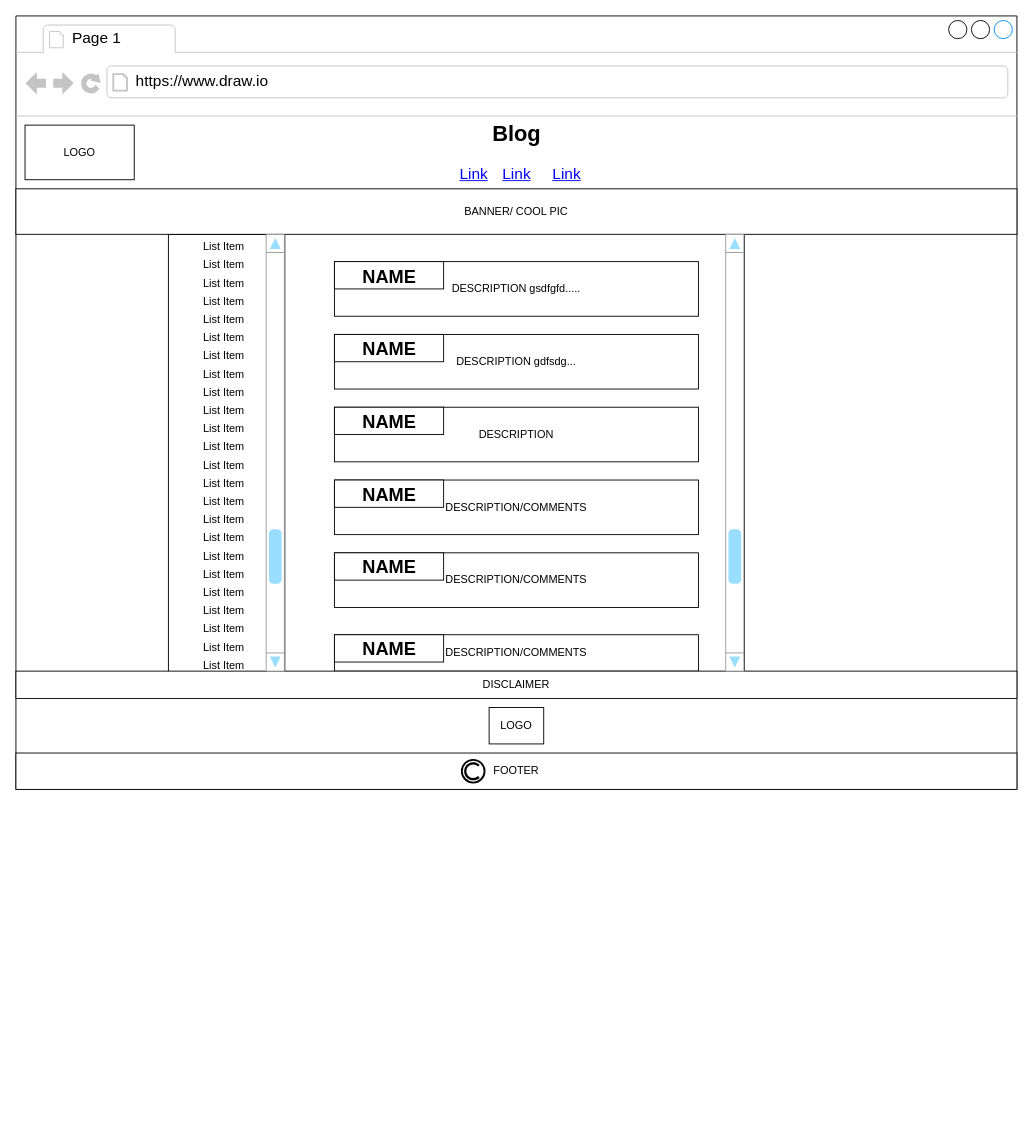
Four-guys-1-app/jecs keeps this draw.io diagram as src/main/resources/assets/JECS Events.drawio. Above is the earlier version. Source tidied: cells renumbered, new cells numbered last; positions are measured from the earlier drawing's top-left corner, leaving out a move shared by most shapes. Both pictures are drawn from the tidied source at 91%, with x=0, y=0 at pixel (6, 15).
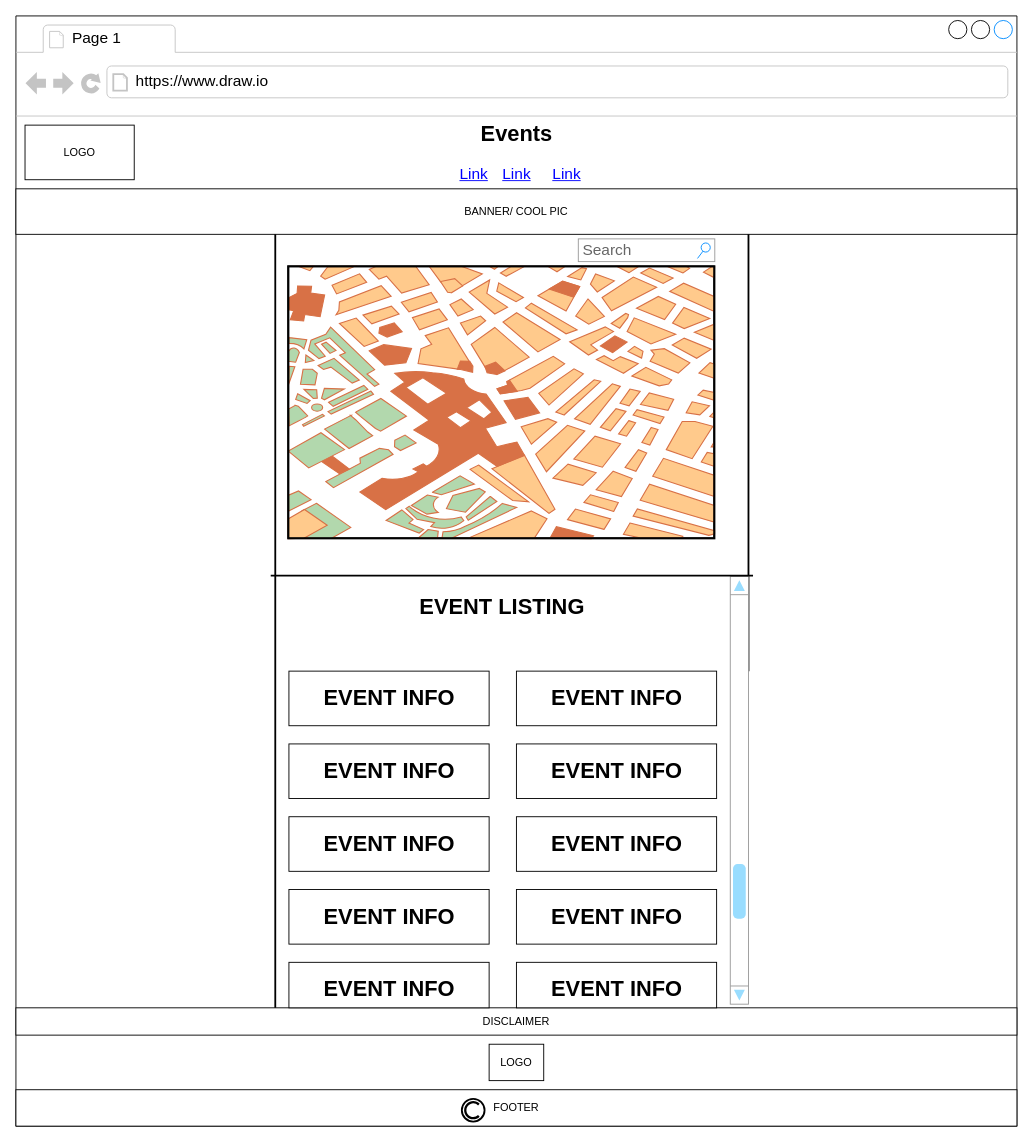
The same page after the edit.

The edit, as a diff of the source:
```diff
@@
     <mxCell id="2" style="strokeWidth=1;shadow=0;dashed=0;align=center;html=1;shape=mxgraph.mockup.containers.browserWindow;rSize=0;strokeColor2=#008cff;strokeColor3=#c4c4c4;mainText=,;comic=0;" parent="1" vertex="1">
-      <mxGeometry x="10" width="1100" height="850" as="geometry" />
+      <mxGeometry x="10" width="1100" height="1220" as="geometry" />
     </mxCell>
@@
     <mxCell id="7" value="LOGO" style="whiteSpace=wrap;html=1;comic=0;" parent="2" vertex="1">
-      <mxGeometry x="520" y="760" width="60" height="40" as="geometry" />
+      <mxGeometry x="520" y="1130" width="60" height="40" as="geometry" />
     </mxCell>
-    <mxCell id="8" value="DESCRIPTION gsdfgfd....." style="rounded=0;whiteSpace=wrap;html=1;" parent="2" vertex="1">
-      <mxGeometry x="350" y="270" width="400" height="60" as="geometry" />
-    </mxCell>
-    <mxCell id="9" value="DESCRIPTION gdfsdg..." style="rounded=0;whiteSpace=wrap;html=1;" parent="2" vertex="1">
-      <mxGeometry x="350" y="350" width="400" height="60" as="geometry" />
-    </mxCell>
-    <mxCell id="10" value="DESCRIPTION" style="rounded=0;whiteSpace=wrap;html=1;" parent="2" vertex="1">
-      <mxGeometry x="350" y="430" width="400" height="60" as="geometry" />
-    </mxCell>
-    <mxCell id="11" value="DESCRIPTION/COMMENTS" style="rounded=0;whiteSpace=wrap;html=1;" parent="2" vertex="1">
-      <mxGeometry x="350" y="510" width="400" height="60" as="geometry" />
-    </mxCell>
-    <mxCell id="12" value="DESCRIPTION/COMMENTS" style="rounded=0;whiteSpace=wrap;html=1;" parent="2" vertex="1">
-      <mxGeometry x="350" y="590" width="400" height="60" as="geometry" />
-    </mxCell>
-    <mxCell id="13" value="DESCRIPTION/COMMENTS" style="rounded=0;whiteSpace=wrap;html=1;" parent="2" vertex="1">
-      <mxGeometry x="350" y="680" width="400" height="40" as="geometry" />
-    </mxCell>
-    <mxCell id="14" style="rounded=0;whiteSpace=wrap;html=1;rotation=90;" parent="2" vertex="1">
-      <mxGeometry x="-9.6" y="417.4" width="481.8" height="127.5" as="geometry" />
-    </mxCell>
-    <mxCell id="15" value="List Item" style="text;strokeColor=none;fillColor=none;align=left;verticalAlign=top;spacingLeft=4;spacingRight=4;overflow=hidden;" parent="2" vertex="1">
-      <mxGeometry x="200" y="260" width="60" height="26" as="geometry" />
-    </mxCell>
-    <mxCell id="16" value="List Item" style="text;strokeColor=none;fillColor=none;align=left;verticalAlign=top;spacingLeft=4;spacingRight=4;overflow=hidden;" parent="2" vertex="1">
-      <mxGeometry x="200" y="280" width="60" height="26" as="geometry" />
-    </mxCell>
-    <mxCell id="17" value="List Item" style="text;strokeColor=none;fillColor=none;align=left;verticalAlign=top;spacingLeft=4;spacingRight=4;overflow=hidden;" parent="2" vertex="1">
-      <mxGeometry x="200" y="300" width="60" height="26" as="geometry" />
-    </mxCell>
-    <mxCell id="18" value="List Item" style="text;strokeColor=none;fillColor=none;align=left;verticalAlign=top;spacingLeft=4;spacingRight=4;overflow=hidden;" parent="2" vertex="1">
-      <mxGeometry x="200" y="320" width="60" height="26" as="geometry" />
-    </mxCell>
-    <mxCell id="19" value="List Item" style="text;strokeColor=none;fillColor=none;align=left;verticalAlign=top;spacingLeft=4;spacingRight=4;overflow=hidden;" parent="2" vertex="1">
-      <mxGeometry x="200" y="340" width="60" height="26" as="geometry" />
-    </mxCell>
-    <mxCell id="20" value="List Item" style="text;strokeColor=none;fillColor=none;align=left;verticalAlign=top;spacingLeft=4;spacingRight=4;overflow=hidden;" parent="2" vertex="1">
-      <mxGeometry x="200" y="360" width="60" height="26" as="geometry" />
-    </mxCell>
-    <mxCell id="21" value="List Item" style="text;strokeColor=none;fillColor=none;align=left;verticalAlign=top;spacingLeft=4;spacingRight=4;overflow=hidden;" parent="2" vertex="1">
-      <mxGeometry x="200" y="380" width="60" height="26" as="geometry" />
-    </mxCell>
-    <mxCell id="22" value="List Item" style="text;strokeColor=none;fillColor=none;align=left;verticalAlign=top;spacingLeft=4;spacingRight=4;overflow=hidden;" parent="2" vertex="1">
-      <mxGeometry x="200" y="400" width="60" height="26" as="geometry" />
-    </mxCell>
-    <mxCell id="23" value="List Item" style="text;strokeColor=none;fillColor=none;align=left;verticalAlign=top;spacingLeft=4;spacingRight=4;overflow=hidden;" parent="2" vertex="1">
-      <mxGeometry x="200" y="420" width="60" height="26" as="geometry" />
-    </mxCell>
-    <mxCell id="24" value="List Item" style="text;strokeColor=none;fillColor=none;align=left;verticalAlign=top;spacingLeft=4;spacingRight=4;overflow=hidden;" parent="2" vertex="1">
-      <mxGeometry x="200" y="440" width="60" height="26" as="geometry" />
-    </mxCell>
-    <mxCell id="25" value="List Item" style="text;strokeColor=none;fillColor=none;align=left;verticalAlign=top;spacingLeft=4;spacingRight=4;overflow=hidden;" parent="2" vertex="1">
-      <mxGeometry x="200" y="460" width="60" height="26" as="geometry" />
-    </mxCell>
-    <mxCell id="26" value="List Item" style="text;strokeColor=none;fillColor=none;align=left;verticalAlign=top;spacingLeft=4;spacingRight=4;overflow=hidden;" parent="2" vertex="1">
-      <mxGeometry x="200" y="480" width="60" height="26" as="geometry" />
-    </mxCell>
-    <mxCell id="27" value="List Item" style="text;strokeColor=none;fillColor=none;align=left;verticalAlign=top;spacingLeft=4;spacingRight=4;overflow=hidden;" parent="2" vertex="1">
-      <mxGeometry x="200" y="500" width="60" height="26" as="geometry" />
-    </mxCell>
-    <mxCell id="28" value="List Item" style="text;strokeColor=none;fillColor=none;align=left;verticalAlign=top;spacingLeft=4;spacingRight=4;overflow=hidden;" parent="2" vertex="1">
-      <mxGeometry x="200" y="520" width="60" height="26" as="geometry" />
-    </mxCell>
-    <mxCell id="29" value="List Item" style="text;strokeColor=none;fillColor=none;align=left;verticalAlign=top;spacingLeft=4;spacingRight=4;overflow=hidden;" parent="2" vertex="1">
-      <mxGeometry x="200" y="540" width="60" height="26" as="geometry" />
-    </mxCell>
-    <mxCell id="30" value="List Item" style="text;strokeColor=none;fillColor=none;align=left;verticalAlign=top;spacingLeft=4;spacingRight=4;overflow=hidden;" parent="2" vertex="1">
-      <mxGeometry x="200" y="560" width="60" height="26" as="geometry" />
-    </mxCell>
-    <mxCell id="31" value="List Item" style="text;strokeColor=none;fillColor=none;align=left;verticalAlign=top;spacingLeft=4;spacingRight=4;overflow=hidden;" parent="2" vertex="1">
-      <mxGeometry x="200" y="580" width="60" height="26" as="geometry" />
-    </mxCell>
-    <mxCell id="32" value="List Item" style="text;strokeColor=none;fillColor=none;align=left;verticalAlign=top;spacingLeft=4;spacingRight=4;overflow=hidden;" parent="2" vertex="1">
-      <mxGeometry x="200" y="600" width="60" height="26" as="geometry" />
-    </mxCell>
-    <mxCell id="33" value="List Item" style="text;strokeColor=none;fillColor=none;align=left;verticalAlign=top;spacingLeft=4;spacingRight=4;overflow=hidden;" parent="2" vertex="1">
-      <mxGeometry x="200" y="620" width="60" height="26" as="geometry" />
-    </mxCell>
-    <mxCell id="34" value="List Item" style="text;strokeColor=none;fillColor=none;align=left;verticalAlign=top;spacingLeft=4;spacingRight=4;overflow=hidden;" parent="2" vertex="1">
-      <mxGeometry x="200" y="640" width="60" height="26" as="geometry" />
-    </mxCell>
-    <mxCell id="35" value="List Item" style="text;strokeColor=none;fillColor=none;align=left;verticalAlign=top;spacingLeft=4;spacingRight=4;overflow=hidden;" parent="2" vertex="1">
-      <mxGeometry x="200" y="660" width="60" height="26" as="geometry" />
-    </mxCell>
-    <mxCell id="36" value="List Item" style="text;strokeColor=none;fillColor=none;align=left;verticalAlign=top;spacingLeft=4;spacingRight=4;overflow=hidden;" parent="2" vertex="1">
-      <mxGeometry x="200" y="680" width="60" height="26" as="geometry" />
-    </mxCell>
-    <mxCell id="37" value="List Item" style="text;strokeColor=none;fillColor=none;align=left;verticalAlign=top;spacingLeft=4;spacingRight=4;overflow=hidden;" parent="2" vertex="1">
-      <mxGeometry x="200" y="700" width="60" height="26" as="geometry" />
-    </mxCell>
-    <mxCell id="38" style="rounded=0;whiteSpace=wrap;html=1;" parent="2" vertex="1">
-      <mxGeometry x="350" y="270" width="120" height="30" as="geometry" />
-    </mxCell>
-    <mxCell id="39" style="rounded=0;whiteSpace=wrap;html=1;" parent="2" vertex="1">
-      <mxGeometry x="350" y="350" width="120" height="30" as="geometry" />
-    </mxCell>
-    <mxCell id="40" style="rounded=0;whiteSpace=wrap;html=1;" parent="2" vertex="1">
-      <mxGeometry x="350" y="430" width="120" height="30" as="geometry" />
-    </mxCell>
-    <mxCell id="41" style="rounded=0;whiteSpace=wrap;html=1;" parent="2" vertex="1">
-      <mxGeometry x="350" y="510" width="120" height="30" as="geometry" />
-    </mxCell>
-    <mxCell id="42" style="rounded=0;whiteSpace=wrap;html=1;" parent="2" vertex="1">
-      <mxGeometry x="350" y="590" width="120" height="30" as="geometry" />
-    </mxCell>
-    <mxCell id="43" style="rounded=0;whiteSpace=wrap;html=1;" parent="2" vertex="1">
-      <mxGeometry x="350" y="680" width="120" height="30" as="geometry" />
-    </mxCell>
-    <mxCell id="44" value="&lt;span style=&quot;font-size: 20px&quot;&gt;NAME&lt;/span&gt;" style="text;strokeColor=none;fillColor=none;html=1;fontSize=24;fontStyle=1;verticalAlign=middle;align=center;" parent="2" vertex="1">
-      <mxGeometry x="360" y="266" width="100" height="40" as="geometry" />
-    </mxCell>
-    <mxCell id="45" value="&lt;font style=&quot;font-size: 20px&quot;&gt;NAME&lt;/font&gt;" style="text;strokeColor=none;fillColor=none;html=1;fontSize=24;fontStyle=1;verticalAlign=middle;align=center;" parent="2" vertex="1">
-      <mxGeometry x="360" y="345" width="100" height="40" as="geometry" />
-    </mxCell>
-    <mxCell id="46" value="&lt;font style=&quot;font-size: 20px&quot;&gt;NAME&lt;/font&gt;" style="text;strokeColor=none;fillColor=none;html=1;fontSize=24;fontStyle=1;verticalAlign=middle;align=center;" parent="2" vertex="1">
-      <mxGeometry x="360" y="425" width="100" height="40" as="geometry" />
-    </mxCell>
-    <mxCell id="47" value="&lt;font style=&quot;font-size: 20px&quot;&gt;NAME&lt;/font&gt;" style="text;strokeColor=none;fillColor=none;html=1;fontSize=24;fontStyle=1;verticalAlign=middle;align=center;" parent="2" vertex="1">
-      <mxGeometry x="360" y="505" width="100" height="40" as="geometry" />
-    </mxCell>
-    <mxCell id="48" value="&lt;font style=&quot;font-size: 20px&quot;&gt;NAME&lt;/font&gt;" style="text;strokeColor=none;fillColor=none;html=1;fontSize=24;fontStyle=1;verticalAlign=middle;align=center;" parent="2" vertex="1">
-      <mxGeometry x="360" y="585" width="100" height="40" as="geometry" />
-    </mxCell>
-    <mxCell id="49" value="&lt;font style=&quot;font-size: 20px&quot;&gt;NAME&lt;/font&gt;" style="text;strokeColor=none;fillColor=none;html=1;fontSize=24;fontStyle=1;verticalAlign=middle;align=center;" parent="2" vertex="1">
-      <mxGeometry x="360" y="675" width="100" height="40" as="geometry" />
-    </mxCell>
+    <mxCell id="62" style="verticalLabelPosition=bottom;shadow=0;dashed=0;align=center;html=1;verticalAlign=top;strokeWidth=1;shape=mxgraph.mockup.misc.map;" parent="2" vertex="1">
+      <mxGeometry x="299" y="275" width="470" height="300" as="geometry" />
+    </mxCell>
-    <mxCell id="50" value="FOOTER" style="whiteSpace=wrap;html=1;comic=0;" parent="1" vertex="1">
-      <mxGeometry x="10" y="810" width="1100" height="40" as="geometry" />
+    <mxCell id="50" value="FOOTER" style="whiteSpace=wrap;html=1;comic=0;" parent="2" vertex="1">
+      <mxGeometry y="1180" width="1100" height="40" as="geometry" />
     </mxCell>
-    <mxCell id="51" value="DISCLAIMER" style="whiteSpace=wrap;html=1;comic=0;" parent="1" vertex="1">
-      <mxGeometry x="10" y="720" width="1100" height="30" as="geometry" />
+    <mxCell id="51" value="DISCLAIMER" style="whiteSpace=wrap;html=1;comic=0;" parent="2" vertex="1">
+      <mxGeometry y="1090" width="1100" height="30" as="geometry" />
     </mxCell>
+    <mxCell id="63" value="Search" style="strokeWidth=1;shadow=0;dashed=0;align=center;html=1;shape=mxgraph.mockup.forms.searchBox;strokeColor=#999999;mainText=;strokeColor2=#008cff;fontColor=#666666;fontSize=17;align=left;spacingLeft=3;" parent="2" vertex="1">
+      <mxGeometry x="618" y="245" width="150" height="25" as="geometry" />
+    </mxCell>
+    <mxCell id="64" style="rounded=0;whiteSpace=wrap;html=1;" parent="2" vertex="1">
+      <mxGeometry x="300" y="720" width="220" height="60" as="geometry" />
+    </mxCell>
+    <mxCell id="65" style="rounded=0;whiteSpace=wrap;html=1;" parent="2" vertex="1">
+      <mxGeometry x="300" y="800" width="220" height="60" as="geometry" />
+    </mxCell>
+    <mxCell id="66" style="rounded=0;whiteSpace=wrap;html=1;" parent="2" vertex="1">
+      <mxGeometry x="300" y="880" width="220" height="60" as="geometry" />
+    </mxCell>
+    <mxCell id="67" style="rounded=0;whiteSpace=wrap;html=1;" parent="2" vertex="1">
+      <mxGeometry x="300" y="960" width="220" height="60" as="geometry" />
+    </mxCell>
+    <mxCell id="68" style="rounded=0;whiteSpace=wrap;html=1;" parent="2" vertex="1">
+      <mxGeometry x="300" y="1040" width="220" height="50" as="geometry" />
+    </mxCell>
+    <mxCell id="69" style="rounded=0;whiteSpace=wrap;html=1;" parent="2" vertex="1">
+      <mxGeometry x="550" y="720" width="220" height="60" as="geometry" />
+    </mxCell>
+    <mxCell id="70" style="rounded=0;whiteSpace=wrap;html=1;" parent="2" vertex="1">
+      <mxGeometry x="550" y="800" width="220" height="60" as="geometry" />
+    </mxCell>
+    <mxCell id="71" style="rounded=0;whiteSpace=wrap;html=1;" parent="2" vertex="1">
+      <mxGeometry x="550" y="880" width="220" height="60" as="geometry" />
+    </mxCell>
+    <mxCell id="72" style="rounded=0;whiteSpace=wrap;html=1;" parent="2" vertex="1">
+      <mxGeometry x="550" y="960" width="220" height="60" as="geometry" />
+    </mxCell>
+    <mxCell id="73" style="rounded=0;whiteSpace=wrap;html=1;" parent="2" vertex="1">
+      <mxGeometry x="550" y="1040" width="220" height="50" as="geometry" />
+    </mxCell>
+    <mxCell id="74" value="EVENT LISTING" style="text;strokeColor=none;fillColor=none;html=1;fontSize=24;fontStyle=1;verticalAlign=middle;align=center;" parent="2" vertex="1">
+      <mxGeometry x="484" y="630" width="100" height="40" as="geometry" />
+    </mxCell>
+    <mxCell id="75" value="EVENT INFO" style="text;strokeColor=none;fillColor=none;html=1;fontSize=24;fontStyle=1;verticalAlign=middle;align=center;" parent="2" vertex="1">
+      <mxGeometry x="610" y="810" width="100" height="40" as="geometry" />
+    </mxCell>
+    <mxCell id="76" value="EVENT INFO" style="text;strokeColor=none;fillColor=none;html=1;fontSize=24;fontStyle=1;verticalAlign=middle;align=center;" parent="2" vertex="1">
+      <mxGeometry x="610" y="890" width="100" height="40" as="geometry" />
+    </mxCell>
+    <mxCell id="77" value="EVENT INFO" style="text;strokeColor=none;fillColor=none;html=1;fontSize=24;fontStyle=1;verticalAlign=middle;align=center;" parent="2" vertex="1">
+      <mxGeometry x="610" y="970" width="100" height="40" as="geometry" />
+    </mxCell>
+    <mxCell id="78" value="EVENT INFO" style="text;strokeColor=none;fillColor=none;html=1;fontSize=24;fontStyle=1;verticalAlign=middle;align=center;" parent="2" vertex="1">
+      <mxGeometry x="610" y="1050" width="100" height="40" as="geometry" />
+    </mxCell>
+    <mxCell id="79" value="EVENT INFO" style="text;strokeColor=none;fillColor=none;html=1;fontSize=24;fontStyle=1;verticalAlign=middle;align=center;" parent="2" vertex="1">
+      <mxGeometry x="360" y="1050" width="100" height="40" as="geometry" />
+    </mxCell>
+    <mxCell id="80" value="EVENT INFO" style="text;strokeColor=none;fillColor=none;html=1;fontSize=24;fontStyle=1;verticalAlign=middle;align=center;" parent="2" vertex="1">
+      <mxGeometry x="360" y="970" width="100" height="40" as="geometry" />
+    </mxCell>
+    <mxCell id="81" value="EVENT INFO" style="text;strokeColor=none;fillColor=none;html=1;fontSize=24;fontStyle=1;verticalAlign=middle;align=center;" parent="2" vertex="1">
+      <mxGeometry x="360" y="890" width="100" height="40" as="geometry" />
+    </mxCell>
+    <mxCell id="82" value="EVENT INFO" style="text;strokeColor=none;fillColor=none;html=1;fontSize=24;fontStyle=1;verticalAlign=middle;align=center;" parent="2" vertex="1">
+      <mxGeometry x="360" y="810" width="100" height="40" as="geometry" />
+    </mxCell>
     <mxCell id="52" style="verticalLabelPosition=bottom;shadow=0;dashed=0;verticalAlign=top;strokeWidth=2;html=1;shape=mxgraph.mockup.misc.copyrightIcon;comic=0;" parent="1" vertex="1">
-      <mxGeometry x="500" y="817.5" width="25" height="25" as="geometry" />
+      <mxGeometry x="500" y="1190" width="25" height="25" as="geometry" />
     </mxCell>
-    <mxCell id="53" value="Blog" style="text;strokeColor=none;fillColor=none;html=1;fontSize=24;fontStyle=1;verticalAlign=middle;align=center;comic=0;" parent="1" vertex="1">
+    <mxCell id="53" value="Events" style="text;strokeColor=none;fillColor=none;html=1;fontSize=24;fontStyle=1;verticalAlign=middle;align=center;comic=0;" parent="1" vertex="1">
       <mxGeometry x="510" y="110" width="100" height="40" as="geometry" />
     </mxCell>
-    <mxCell id="54" style="line;strokeWidth=2;direction=south;html=1;" parent="1" vertex="1">
-      <mxGeometry x="300" y="240" width="10" height="480" as="geometry" />
-    </mxCell>
-    <mxCell id="55" style="line;strokeWidth=2;direction=south;html=1;" parent="1" vertex="1">
-      <mxGeometry x="600" y="240" width="420" height="480" as="geometry" />
-    </mxCell>
@@
-    <mxCell id="59" value="List Item" style="text;strokeColor=none;fillColor=none;align=left;verticalAlign=top;spacingLeft=4;spacingRight=4;overflow=hidden;" parent="1" vertex="1">
-      <mxGeometry x="210" y="240" width="60" height="26" as="geometry" />
-    </mxCell>
-    <mxCell id="60" style="verticalLabelPosition=bottom;shadow=0;dashed=0;align=center;html=1;verticalAlign=top;strokeWidth=1;shape=mxgraph.mockup.navigation.scrollBar;strokeColor=#999999;barPos=20;fillColor2=#99ddff;strokeColor2=none;direction=north;" parent="1" vertex="1">
-      <mxGeometry x="790" y="240" width="20" height="480" as="geometry" />
-    </mxCell>
-    <mxCell id="61" style="verticalLabelPosition=bottom;shadow=0;dashed=0;align=center;html=1;verticalAlign=top;strokeWidth=1;shape=mxgraph.mockup.navigation.scrollBar;strokeColor=#999999;barPos=20;fillColor2=#99ddff;strokeColor2=none;direction=north;" parent="1" vertex="1">
-      <mxGeometry x="285" y="240" width="20" height="480" as="geometry" />
-    </mxCell>
+    <mxCell id="83" style="line;strokeWidth=2;direction=south;html=1;" parent="1" vertex="1">
+      <mxGeometry x="290" y="240" width="10" height="850" as="geometry" />
+    </mxCell>
+    <mxCell id="84" style="line;strokeWidth=2;direction=south;html=1;" parent="1" vertex="1">
+      <mxGeometry x="810" y="240" width="10" height="480" as="geometry" />
+    </mxCell>
+    <mxCell id="85" style="verticalLabelPosition=bottom;shadow=0;dashed=0;align=center;html=1;verticalAlign=top;strokeWidth=1;shape=mxgraph.mockup.navigation.scrollBar;strokeColor=#999999;barPos=20;fillColor2=#99ddff;strokeColor2=none;direction=north;" parent="1" vertex="1">
+      <mxGeometry x="795" y="616" width="20" height="470" as="geometry" />
+    </mxCell>
+    <mxCell id="86" style="line;strokeWidth=2;html=1;" parent="1" vertex="1">
+      <mxGeometry x="290" y="610" width="530" height="10" as="geometry" />
+    </mxCell>
+    <mxCell id="87" value="EVENT INFO" style="text;strokeColor=none;fillColor=none;html=1;fontSize=24;fontStyle=1;verticalAlign=middle;align=center;" parent="1" vertex="1">
+      <mxGeometry x="370" y="730" width="100" height="40" as="geometry" />
+    </mxCell>
+    <mxCell id="88" value="EVENT INFO" style="text;strokeColor=none;fillColor=none;html=1;fontSize=24;fontStyle=1;verticalAlign=middle;align=center;" parent="1" vertex="1">
+      <mxGeometry x="620" y="730" width="100" height="40" as="geometry" />
+    </mxCell>
```
